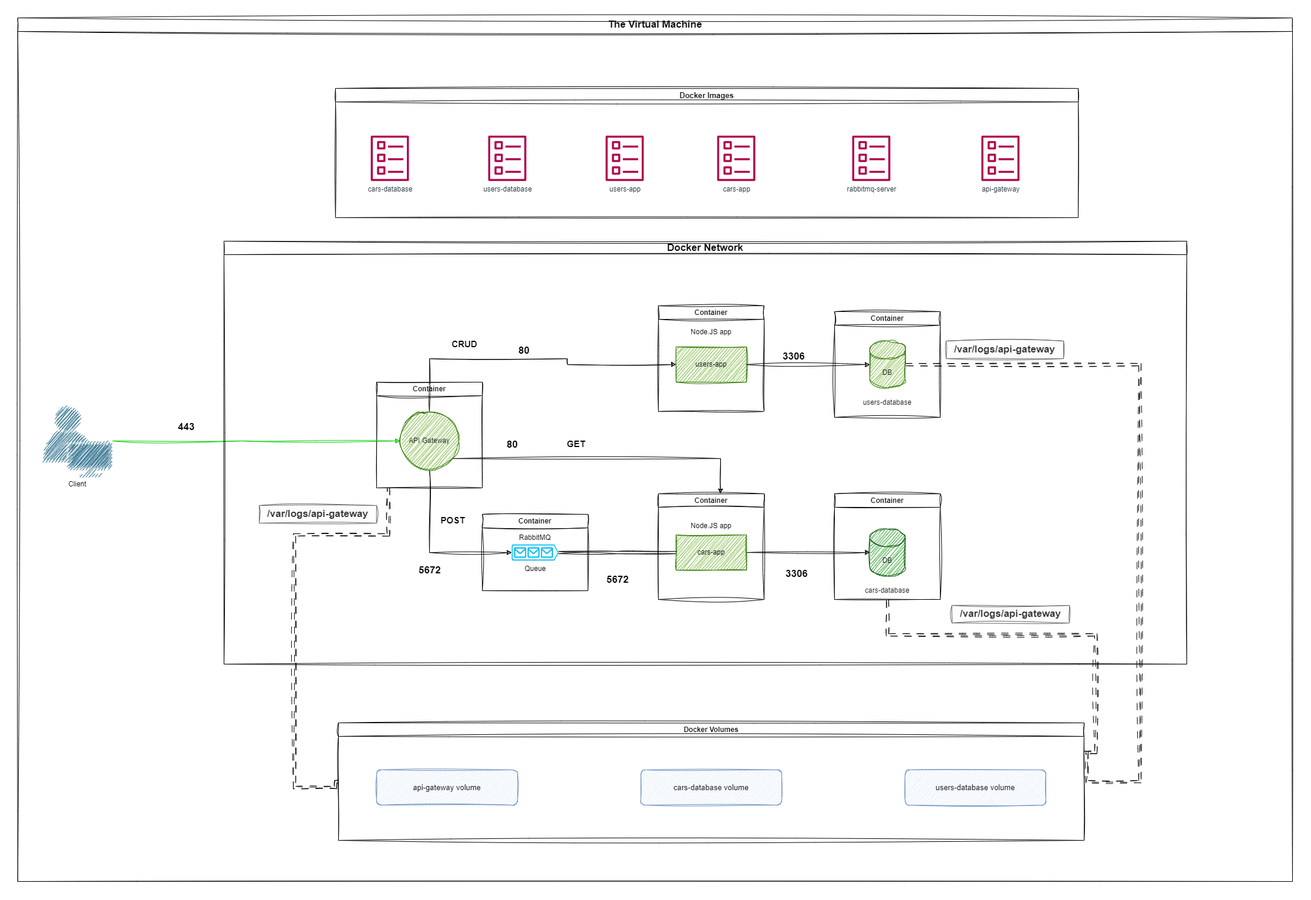
Above: subjects/devops/play-with-containers/pictures/architecture.png in 01-edu/public (draw.io), before the change. Source tidied: cells renumbered, new cells last; positions are measured from the earlier drawing's top-left corner, leaving out a move shared by most shapes.
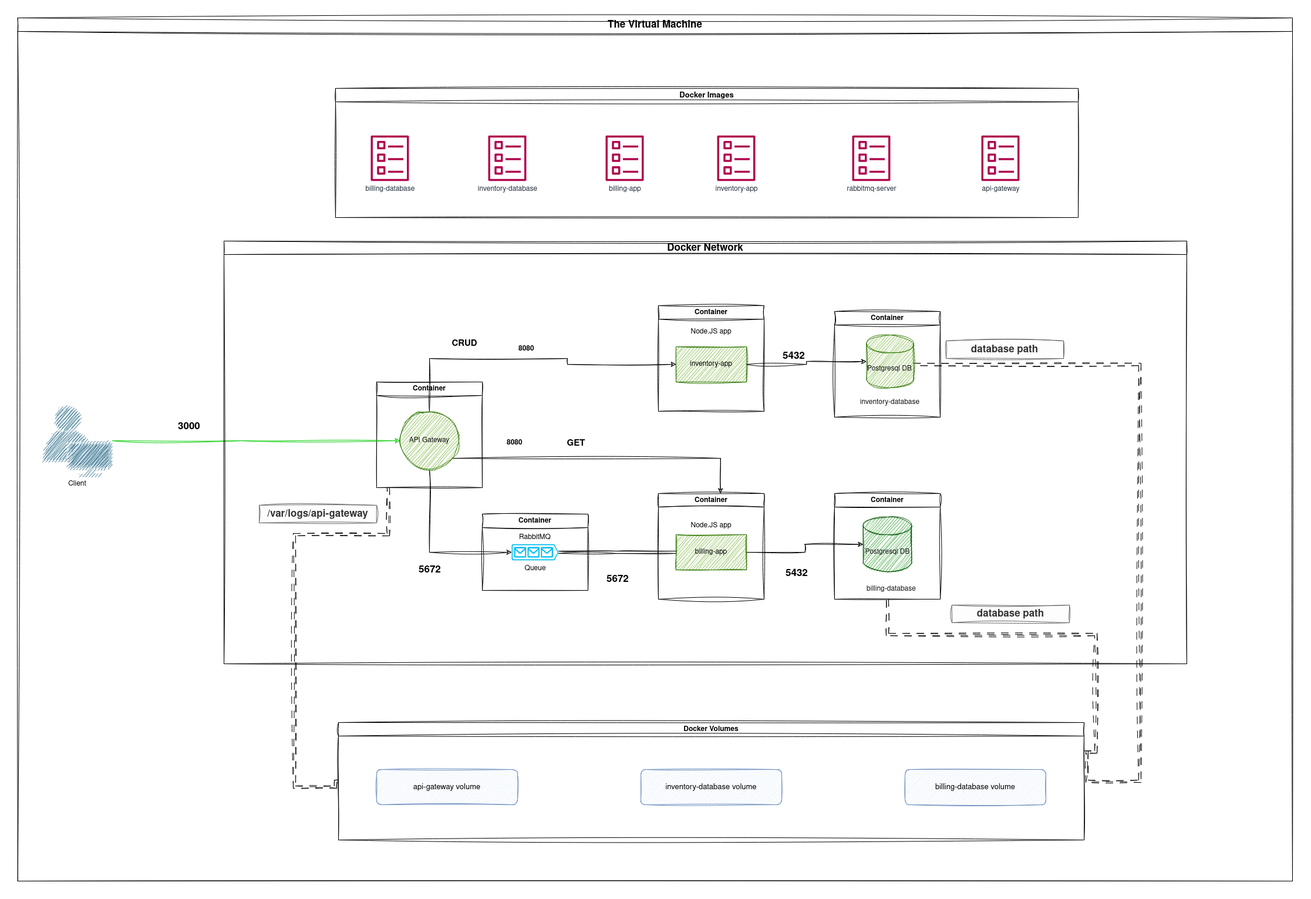
Later version of the same file.

Diff of the diagram source:
```diff
@@ -2,15 +2,6 @@
   <root>
     <mxCell id="0" />
     <mxCell id="1" parent="0" />
-    <mxCell id="2" style="group;fontStyle=0;fontSize=13;" parent="1" vertex="1">
-      <mxGeometry x="1451" y="870" width="80" height="120" as="geometry" />
-    </mxCell>
-    <mxCell id="3" value="&lt;font color=&quot;#141414&quot;&gt;DB&lt;/font&gt;" style="shape=cylinder3;whiteSpace=wrap;html=1;boundedLbl=1;backgroundOutline=1;size=15;fillColor=#008a00;fontColor=#ffffff;strokeColor=#005700;fillStyle=hatch;gradientDirection=north;sketch=1;curveFitting=1;jiggle=2;" parent="2" vertex="1">
-      <mxGeometry width="60" height="80" as="geometry" />
-    </mxCell>
-    <mxCell id="4" value="cars-database" style="text;html=1;strokeColor=none;fillColor=none;align=center;verticalAlign=middle;whiteSpace=wrap;rounded=0;fontColor=#141414;" parent="2" vertex="1">
-      <mxGeometry x="-10" y="90" width="80" height="30" as="geometry" />
-    </mxCell>
     <mxCell id="5" style="edgeStyle=orthogonalEdgeStyle;rounded=0;jettySize=auto;html=1;entryX=0;entryY=0.5;entryDx=0;entryDy=0;fontColor=#000000;sketch=1;curveFitting=1;jiggle=2;" parent="1" edge="1" source="8" target="19">
       <mxGeometry relative="1" as="geometry">
         <Array as="points">
@@ -40,7 +31,7 @@
     <mxCell id="9" style="edgeStyle=orthogonalEdgeStyle;rounded=0;jettySize=auto;html=1;fontColor=#000000;sketch=1;curveFitting=1;jiggle=2;" parent="1" edge="1" source="10" target="3">
       <mxGeometry relative="1" as="geometry" />
     </mxCell>
-    <mxCell id="10" value="&lt;font color=&quot;#000000&quot;&gt;cars-app&lt;/font&gt;" style="rounded=0;whiteSpace=wrap;html=1;fillStyle=hatch;fontColor=#ffffff;fillColor=#60a917;gradientDirection=north;sketch=1;curveFitting=1;jiggle=2;strokeColor=#2D7600;" parent="1" vertex="1">
+    <mxCell id="10" value="&lt;font color=&quot;#000000&quot;&gt;billing-app&lt;/font&gt;" style="rounded=0;whiteSpace=wrap;html=1;fillStyle=hatch;fontColor=#ffffff;fillColor=#60a917;gradientDirection=north;sketch=1;curveFitting=1;jiggle=2;strokeColor=#2D7600;" parent="1" vertex="1">
       <mxGeometry x="1121" y="880" width="120" height="60" as="geometry" />
     </mxCell>
     <mxCell id="11" style="edgeStyle=orthogonalEdgeStyle;rounded=0;jettySize=auto;html=1;entryX=0;entryY=0.5;entryDx=0;entryDy=0;fontColor=#000000;shape=link;sketch=1;curveFitting=1;jiggle=2;" parent="1" edge="1" source="12" target="10">
@@ -80,7 +71,7 @@
     <mxCell id="18" value="RabbitMQ" style="text;html=1;strokeColor=none;fillColor=none;align=center;verticalAlign=middle;whiteSpace=wrap;rounded=0;fontColor=#000000;" parent="1" vertex="1">
       <mxGeometry x="851" y="870" width="60" height="30" as="geometry" />
     </mxCell>
-    <mxCell id="19" value="&lt;font color=&quot;#000000&quot;&gt;users-app&lt;br&gt;&lt;/font&gt;" style="rounded=0;whiteSpace=wrap;html=1;fillStyle=hatch;fontColor=#ffffff;fillColor=#60a917;gradientDirection=north;sketch=1;curveFitting=1;jiggle=2;strokeColor=#2D7600;" parent="1" vertex="1">
+    <mxCell id="19" value="&lt;font color=&quot;#000000&quot;&gt;inventory-app&lt;br&gt;&lt;/font&gt;" style="rounded=0;whiteSpace=wrap;html=1;fillStyle=hatch;fontColor=#ffffff;fillColor=#60a917;gradientDirection=north;sketch=1;curveFitting=1;jiggle=2;strokeColor=#2D7600;" parent="1" vertex="1">
       <mxGeometry x="1121" y="560" width="120" height="60" as="geometry" />
     </mxCell>
     <mxCell id="20" style="edgeStyle=orthogonalEdgeStyle;rounded=0;jettySize=auto;html=1;fontColor=#000000;sketch=1;curveFitting=1;jiggle=2;" parent="1" edge="1" source="19" target="22">
@@ -96,9 +87,6 @@
         </Array>
       </mxGeometry>
     </mxCell>
-    <mxCell id="22" value="&lt;font color=&quot;#141414&quot;&gt;DB&lt;/font&gt;" style="shape=cylinder3;whiteSpace=wrap;html=1;boundedLbl=1;backgroundOutline=1;size=15;fillColor=#60a917;fontColor=#ffffff;strokeColor=#2D7600;fillStyle=hachure;gradientDirection=north;sketch=1;curveFitting=1;jiggle=2;" parent="1" vertex="1">
-      <mxGeometry x="1451" y="550" width="60" height="80" as="geometry" />
-    </mxCell>
     <mxCell id="23" value="Container" style="swimlane;whiteSpace=wrap;html=1;sketch=1;fillStyle=hachure;fontColor=#000000;fillColor=default;gradientColor=none;gradientDirection=north;curveFitting=1;jiggle=2;" parent="1" vertex="1">
       <mxGeometry x="791" y="845" width="180" height="130" as="geometry" />
     </mxCell>
@@ -126,10 +114,10 @@
     <mxCell id="29" value="Docker Volumes" style="swimlane;whiteSpace=wrap;html=1;sketch=1;curveFitting=1;jiggle=2;" parent="1" vertex="1">
       <mxGeometry x="546" y="1200" width="1270" height="200" as="geometry" />
     </mxCell>
-    <mxCell id="30" value="&lt;font style=&quot;font-size: 17px;&quot;&gt;&lt;b&gt;3306&lt;/b&gt;&lt;/font&gt;" style="text;whiteSpace=wrap;html=1;" parent="1" vertex="1">
+    <mxCell id="30" value="&lt;font style=&quot;font-size: 17px;&quot;&gt;&lt;b&gt;5432&lt;/b&gt;&lt;/font&gt;" style="text;whiteSpace=wrap;html=1;" parent="1" vertex="1">
       <mxGeometry x="1301" y="560" width="50" height="30" as="geometry" />
     </mxCell>
-    <mxCell id="31" value="&lt;font style=&quot;font-size: 17px;&quot;&gt;&lt;b&gt;80&lt;/b&gt;&lt;/font&gt;" style="text;whiteSpace=wrap;html=1;" parent="1" vertex="1">
+    <mxCell id="31" value="&lt;b&gt;8080&lt;/b&gt;" style="text;whiteSpace=wrap;html=1;" parent="1" vertex="1">
       <mxGeometry x="851" y="550" width="40" height="30" as="geometry" />
     </mxCell>
     <mxCell id="32" value="&lt;font style=&quot;font-size: 17px;&quot;&gt;&lt;b&gt;5672&lt;/b&gt;&lt;/font&gt;" style="text;whiteSpace=wrap;html=1;" parent="1" vertex="1">
@@ -141,13 +129,13 @@
     <mxCell id="34" value="/var/logs/api-gateway" style="text;html=1;strokeColor=#666666;fillColor=#f5f5f5;align=center;verticalAlign=middle;whiteSpace=wrap;rounded=0;fontSize=17;fontColor=#333333;shadow=0;sketch=1;curveFitting=1;jiggle=2;fontStyle=1;" parent="1" vertex="1">
       <mxGeometry x="411" y="830" width="200" height="30" as="geometry" />
     </mxCell>
-    <mxCell id="35" value="/var/logs/api-gateway" style="text;html=1;strokeColor=#666666;fillColor=#f5f5f5;align=center;verticalAlign=middle;whiteSpace=wrap;rounded=0;fontSize=17;fontColor=#333333;shadow=0;sketch=1;curveFitting=1;jiggle=2;fontStyle=1;" parent="1" vertex="1">
+    <mxCell id="35" value="database path" style="text;html=1;strokeColor=#666666;fillColor=#f5f5f5;align=center;verticalAlign=middle;whiteSpace=wrap;rounded=0;fontSize=17;fontColor=#333333;shadow=0;sketch=1;curveFitting=1;jiggle=2;fontStyle=1;" parent="1" vertex="1">
       <mxGeometry x="1581" y="550" width="200" height="30" as="geometry" />
     </mxCell>
     <mxCell id="36" value="Docker Network" style="swimlane;whiteSpace=wrap;html=1;shadow=0;sketch=1;fontSize=17;" parent="1" vertex="1">
       <mxGeometry x="351" y="380" width="1640" height="720" as="geometry" />
     </mxCell>
-    <mxCell id="37" value="&lt;font style=&quot;font-size: 17px;&quot;&gt;&lt;b&gt;3306&lt;/b&gt;&lt;/font&gt;" style="text;whiteSpace=wrap;html=1;" parent="36" vertex="1">
+    <mxCell id="37" value="&lt;font size=&quot;1&quot;&gt;&lt;b style=&quot;font-size: 17px;&quot;&gt;5432&lt;/b&gt;&lt;/font&gt;" style="text;whiteSpace=wrap;html=1;fontSize=15;" parent="36" vertex="1">
       <mxGeometry x="955" y="550" width="50" height="30" as="geometry" />
     </mxCell>
     <mxCell id="38" value="The Virtual Machine" style="swimlane;whiteSpace=wrap;html=1;shadow=0;sketch=1;fontSize=17;startSize=23;" parent="1" vertex="1">
@@ -156,34 +144,34 @@
     <mxCell id="39" value="Client" style="points=[[0.35,0,0],[0.98,0.51,0],[1,0.71,0],[0.67,1,0],[0,0.795,0],[0,0.65,0]];verticalLabelPosition=bottom;sketch=1;html=1;verticalAlign=top;align=center;shape=mxgraph.cisco19.user;fillColor=#005073;strokeColor=none;fillStyle=hachure;fontColor=#000000;curveFitting=1;jiggle=2;" parent="38" vertex="1">
       <mxGeometry x="41.2" y="660" width="120" height="120" as="geometry" />
     </mxCell>
-    <mxCell id="40" value="&lt;font style=&quot;font-size: 17px;&quot;&gt;&lt;b&gt;443&lt;/b&gt;&lt;/font&gt;" style="text;whiteSpace=wrap;html=1;" parent="38" vertex="1">
+    <mxCell id="40" value="&lt;font style=&quot;font-size: 17px;&quot;&gt;&lt;b&gt;3000&lt;/b&gt;&lt;/font&gt;" style="text;whiteSpace=wrap;html=1;" parent="38" vertex="1">
       <mxGeometry x="271.2" y="680" width="40" height="30" as="geometry" />
     </mxCell>
-    <mxCell id="41" value="cars-database volume" style="rounded=1;whiteSpace=wrap;html=1;shadow=0;sketch=1;fontSize=13;fillColor=#dae8fc;strokeColor=#6c8ebf;" parent="38" vertex="1">
+    <mxCell id="41" value="inventory-database volume" style="rounded=1;whiteSpace=wrap;html=1;shadow=0;sketch=1;fontSize=13;fillColor=#dae8fc;strokeColor=#6c8ebf;" parent="38" vertex="1">
       <mxGeometry x="1061.2" y="1280" width="240" height="60" as="geometry" />
     </mxCell>
     <mxCell id="42" value="api-gateway volume" style="rounded=1;whiteSpace=wrap;html=1;shadow=0;sketch=1;fontSize=13;fillColor=#dae8fc;strokeColor=#6c8ebf;" parent="38" vertex="1">
       <mxGeometry x="611.2" y="1280" width="240" height="60" as="geometry" />
     </mxCell>
-    <mxCell id="43" value="users-database volume" style="rounded=1;whiteSpace=wrap;html=1;shadow=0;sketch=1;fontSize=13;fillColor=#dae8fc;strokeColor=#6c8ebf;" parent="38" vertex="1">
+    <mxCell id="43" value="billing-database volume" style="rounded=1;whiteSpace=wrap;html=1;shadow=0;sketch=1;fontSize=13;fillColor=#dae8fc;strokeColor=#6c8ebf;" parent="38" vertex="1">
       <mxGeometry x="1511.2" y="1280" width="240" height="60" as="geometry" />
     </mxCell>
-    <mxCell id="44" value="/var/logs/api-gateway" style="text;html=1;strokeColor=#666666;fillColor=#f5f5f5;align=center;verticalAlign=middle;whiteSpace=wrap;rounded=0;fontSize=17;fontColor=#333333;shadow=0;sketch=1;curveFitting=1;jiggle=2;fontStyle=1;" parent="38" vertex="1">
+    <mxCell id="44" value="database path" style="text;html=1;strokeColor=#666666;fillColor=#f5f5f5;align=center;verticalAlign=middle;whiteSpace=wrap;rounded=0;fontSize=17;fontColor=#333333;shadow=0;sketch=1;curveFitting=1;jiggle=2;fontStyle=1;" parent="38" vertex="1">
       <mxGeometry x="1591.2" y="1000" width="200" height="30" as="geometry" />
     </mxCell>
     <mxCell id="45" value="Docker Images" style="swimlane;whiteSpace=wrap;html=1;shadow=0;sketch=1;fontSize=13;fontColor=#000000;" parent="38" vertex="1">
       <mxGeometry x="541.2" y="120" width="1265" height="220" as="geometry" />
     </mxCell>
-    <mxCell id="46" value="cars-database" style="sketch=0;fontColor=#232F3E;gradientColor=none;fillColor=#B0084D;strokeColor=none;dashed=0;verticalLabelPosition=bottom;verticalAlign=top;align=center;html=1;fontSize=12;fontStyle=0;shape=mxgraph.aws4.template;shadow=0;" parent="45" vertex="1">
+    <mxCell id="46" value="billing-database" style="sketch=0;fontColor=#232F3E;gradientColor=none;fillColor=#B0084D;strokeColor=none;dashed=0;verticalLabelPosition=bottom;verticalAlign=top;align=center;html=1;fontSize=12;fontStyle=0;shape=mxgraph.aws4.template;shadow=0;" parent="45" vertex="1">
       <mxGeometry x="60" y="80" width="65" height="78" as="geometry" />
     </mxCell>
-    <mxCell id="47" value="users-database" style="sketch=0;fontColor=#232F3E;gradientColor=none;fillColor=#B0084D;strokeColor=none;dashed=0;verticalLabelPosition=bottom;verticalAlign=top;align=center;html=1;fontSize=12;fontStyle=0;shape=mxgraph.aws4.template;shadow=0;" parent="45" vertex="1">
+    <mxCell id="47" value="inventory-database" style="sketch=0;fontColor=#232F3E;gradientColor=none;fillColor=#B0084D;strokeColor=none;dashed=0;verticalLabelPosition=bottom;verticalAlign=top;align=center;html=1;fontSize=12;fontStyle=0;shape=mxgraph.aws4.template;shadow=0;" parent="45" vertex="1">
       <mxGeometry x="260" y="80" width="65" height="78" as="geometry" />
     </mxCell>
-    <mxCell id="48" value="users-app" style="sketch=0;fontColor=#232F3E;gradientColor=none;fillColor=#B0084D;strokeColor=none;dashed=0;verticalLabelPosition=bottom;verticalAlign=top;align=center;html=1;fontSize=12;fontStyle=0;shape=mxgraph.aws4.template;shadow=0;" parent="45" vertex="1">
+    <mxCell id="48" value="billing-app" style="sketch=0;fontColor=#232F3E;gradientColor=none;fillColor=#B0084D;strokeColor=none;dashed=0;verticalLabelPosition=bottom;verticalAlign=top;align=center;html=1;fontSize=12;fontStyle=0;shape=mxgraph.aws4.template;shadow=0;" parent="45" vertex="1">
       <mxGeometry x="460" y="80" width="65" height="78" as="geometry" />
     </mxCell>
-    <mxCell id="49" value="cars-app" style="sketch=0;fontColor=#232F3E;gradientColor=none;fillColor=#B0084D;strokeColor=none;dashed=0;verticalLabelPosition=bottom;verticalAlign=top;align=center;html=1;fontSize=12;fontStyle=0;shape=mxgraph.aws4.template;shadow=0;" parent="45" vertex="1">
+    <mxCell id="49" value="inventory-app" style="sketch=0;fontColor=#232F3E;gradientColor=none;fillColor=#B0084D;strokeColor=none;dashed=0;verticalLabelPosition=bottom;verticalAlign=top;align=center;html=1;fontSize=12;fontStyle=0;shape=mxgraph.aws4.template;shadow=0;" parent="45" vertex="1">
       <mxGeometry x="650" y="80" width="65" height="78" as="geometry" />
     </mxCell>
     <mxCell id="50" value="rabbitmq-server" style="sketch=0;fontColor=#232F3E;gradientColor=none;fillColor=#B0084D;strokeColor=none;dashed=0;verticalLabelPosition=bottom;verticalAlign=top;align=center;html=1;fontSize=12;fontStyle=0;shape=mxgraph.aws4.template;shadow=0;" parent="45" vertex="1">
@@ -192,20 +180,29 @@
     <mxCell id="51" value="api-gateway" style="sketch=0;fontColor=#232F3E;gradientColor=none;fillColor=#B0084D;strokeColor=none;dashed=0;verticalLabelPosition=bottom;verticalAlign=top;align=center;html=1;fontSize=12;fontStyle=0;shape=mxgraph.aws4.template;shadow=0;" parent="45" vertex="1">
       <mxGeometry x="1100" y="80" width="65" height="78" as="geometry" />
     </mxCell>
-    <mxCell id="52" value="users-database" style="text;html=1;strokeColor=none;fillColor=none;align=center;verticalAlign=middle;whiteSpace=wrap;rounded=0;fontColor=#141414;" parent="38" vertex="1">
-      <mxGeometry x="1431.2" y="640" width="100" height="30" as="geometry" />
+    <mxCell id="52" value="inventory-database" style="text;html=1;strokeColor=none;fillColor=none;align=center;verticalAlign=middle;whiteSpace=wrap;rounded=0;fontColor=#141414;" parent="38" vertex="1">
+      <mxGeometry x="1421.2" y="640" width="128.8" height="30" as="geometry" />
     </mxCell>
     <mxCell id="53" value="&lt;font style=&quot;font-size: 15px;&quot;&gt;&lt;b&gt;GET&lt;/b&gt;&lt;/font&gt;" style="text;html=1;strokeColor=none;fillColor=none;align=center;verticalAlign=middle;whiteSpace=wrap;rounded=0;" parent="38" vertex="1">
       <mxGeometry x="921.2" y="710" width="60" height="30" as="geometry" />
     </mxCell>
-    <mxCell id="54" value="&lt;font style=&quot;font-size: 15px;&quot;&gt;&lt;b&gt;POST&lt;/b&gt;&lt;/font&gt;" style="text;html=1;strokeColor=none;fillColor=none;align=center;verticalAlign=middle;whiteSpace=wrap;rounded=0;" parent="38" vertex="1">
-      <mxGeometry x="711.2" y="840" width="60" height="30" as="geometry" />
-    </mxCell>
     <mxCell id="55" value="&lt;font style=&quot;font-size: 15px;&quot;&gt;&lt;b&gt;CRUD&lt;/b&gt;&lt;/font&gt;" style="text;html=1;strokeColor=none;fillColor=none;align=center;verticalAlign=middle;whiteSpace=wrap;rounded=0;" parent="38" vertex="1">
       <mxGeometry x="731.2" y="540" width="60" height="30" as="geometry" />
     </mxCell>
-    <mxCell id="56" value="&lt;font style=&quot;font-size: 17px;&quot;&gt;&lt;b&gt;80&lt;/b&gt;&lt;/font&gt;" style="text;whiteSpace=wrap;html=1;" parent="38" vertex="1">
+    <mxCell id="56" value="&lt;b&gt;8080&lt;/b&gt;" style="text;whiteSpace=wrap;html=1;" parent="38" vertex="1">
       <mxGeometry x="831.2" y="710" width="70" height="30" as="geometry" />
     </mxCell>
+    <mxCell id="2" style="group;fontStyle=0;fontSize=13;" parent="38" vertex="1">
+      <mxGeometry x="1440" y="850" width="110" height="140" as="geometry" />
+    </mxCell>
+    <mxCell id="3" value="&lt;font color=&quot;#141414&quot;&gt;Postgresql DB&lt;br&gt;&lt;/font&gt;" style="shape=cylinder3;whiteSpace=wrap;html=1;boundedLbl=1;backgroundOutline=1;size=15;fillColor=#008a00;fontColor=#ffffff;strokeColor=#005700;fillStyle=hatch;gradientDirection=north;sketch=1;curveFitting=1;jiggle=2;" parent="2" vertex="1">
+      <mxGeometry width="82.5" height="93.3" as="geometry" />
+    </mxCell>
+    <mxCell id="4" value="billing-database" style="text;html=1;strokeColor=none;fillColor=none;align=center;verticalAlign=middle;whiteSpace=wrap;rounded=0;fontColor=#141414;" parent="2" vertex="1">
+      <mxGeometry x="-13.8" y="105" width="123.8" height="35" as="geometry" />
+    </mxCell>
+    <mxCell id="22" value="&lt;font color=&quot;#141414&quot;&gt;Postgresql DB&lt;br&gt;&lt;/font&gt;" style="shape=cylinder3;whiteSpace=wrap;html=1;boundedLbl=1;backgroundOutline=1;size=15;fillColor=#60a917;fontColor=#ffffff;strokeColor=#2D7600;fillStyle=hachure;gradientDirection=north;sketch=1;curveFitting=1;jiggle=2;" parent="38" vertex="1">
+      <mxGeometry x="1445.6" y="540" width="80" height="90" as="geometry" />
+    </mxCell>
   </root>
 </mxGraphModel>
```
